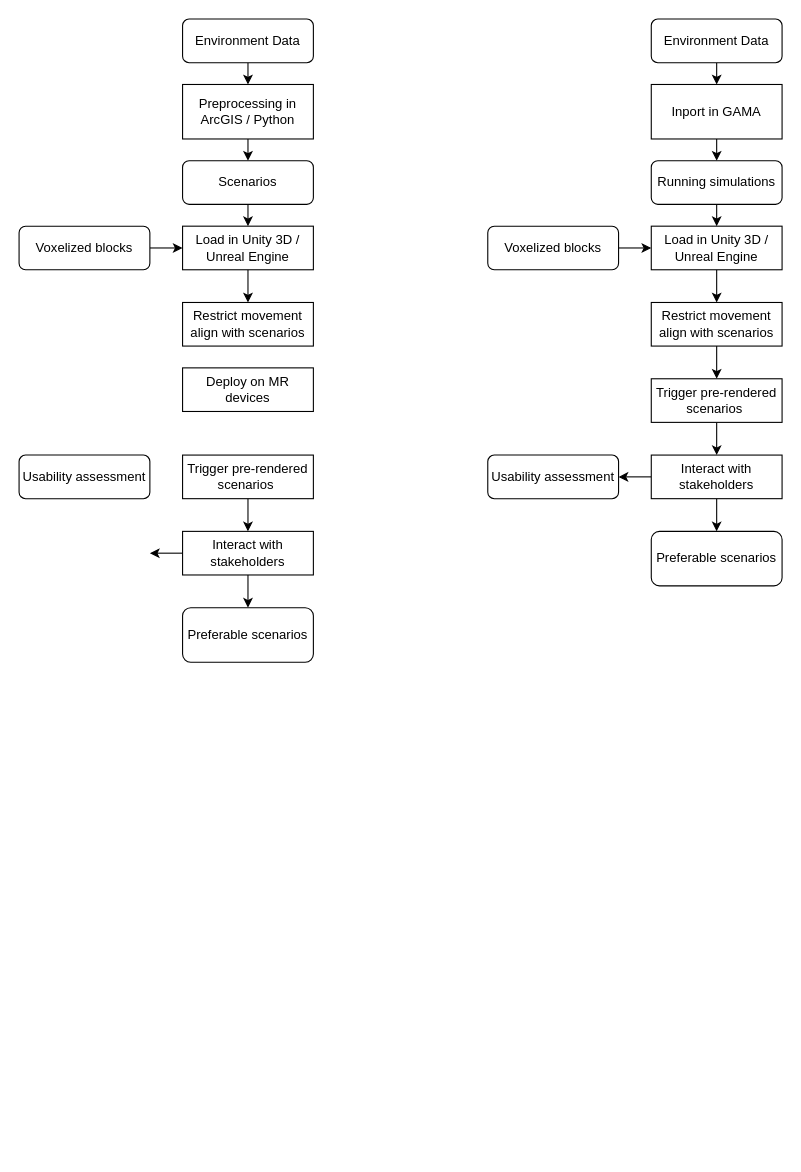
Earlier version of the draw.io diagram 未命名绘图.drawio (MMrr77/3000). Source tidied: cells renumbered, new cells numbered last; positions are measured from the earlier drawing's top-left corner, leaving out a move shared by most shapes. Both pictures are drawn from the tidied source at 109%, with x=0, y=0 at pixel (19, 19).
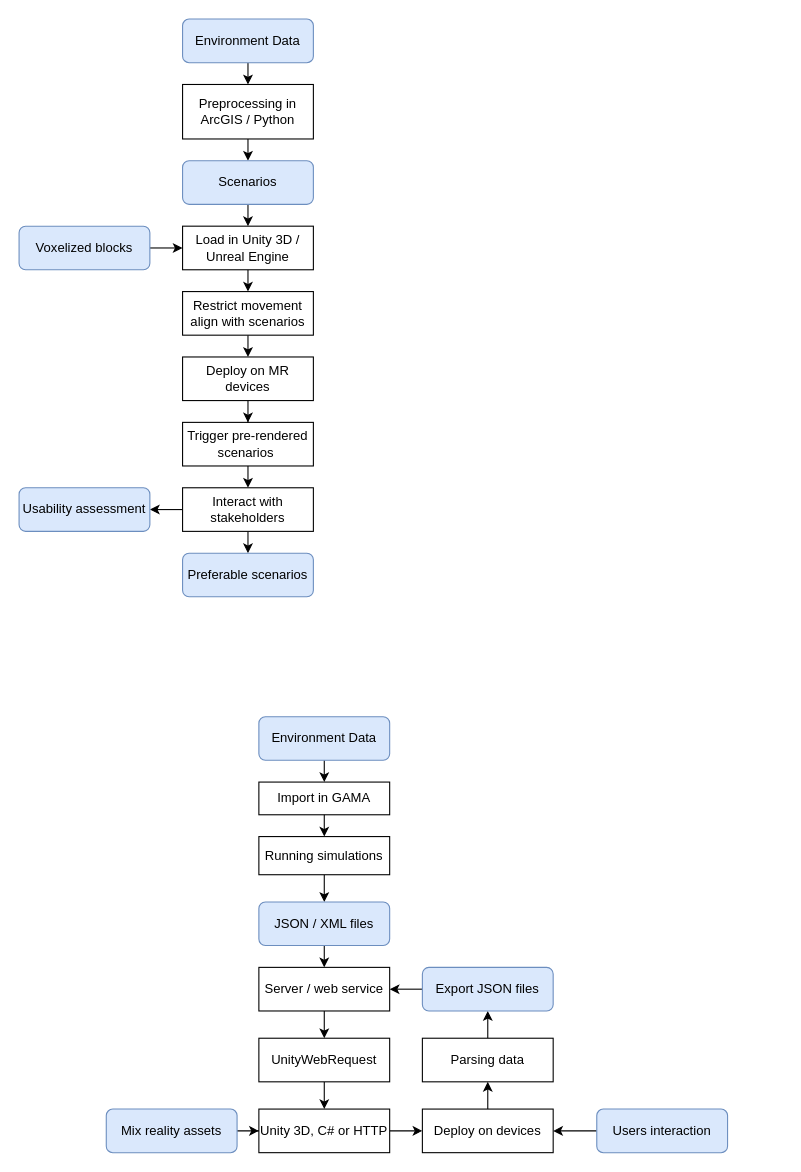
Above is the later version.

Commit message:
更新未命名绘图.drawio

Diff of the diagram source:
```diff
@@
-    <mxCell id="3" value="Environment Data" style="rounded=1;whiteSpace=wrap;html=1;fontSize=12;glass=0;strokeWidth=1;shadow=0;" parent="1" vertex="1">
+    <mxCell id="3" value="Environment Data" style="rounded=1;whiteSpace=wrap;html=1;fontSize=12;glass=0;strokeWidth=1;shadow=0;fillColor=#dae8fc;strokeColor=#6c8ebf;" parent="1" vertex="1">
       <mxGeometry x="150" width="120" height="40" as="geometry" />
     </mxCell>
@@
-    <mxCell id="9" value="Scenarios" style="rounded=1;whiteSpace=wrap;html=1;" parent="1" vertex="1">
+    <mxCell id="9" value="Scenarios" style="rounded=1;whiteSpace=wrap;html=1;fillColor=#dae8fc;strokeColor=#6c8ebf;" parent="1" vertex="1">
       <mxGeometry x="150" y="130" width="120" height="40" as="geometry" />
     </mxCell>
+    <mxCell id="40" style="edgeStyle=orthogonalEdgeStyle;rounded=0;jettySize=auto;html=1;exitX=0.5;exitY=1;exitDx=0;exitDy=0;entryX=0.5;entryY=0;entryDx=0;entryDy=0;" parent="1" edge="1" source="10" target="39">
+      <mxGeometry relative="1" as="geometry" />
+    </mxCell>
     <mxCell id="10" value="Restrict movement align with scenarios" style="rounded=0;whiteSpace=wrap;html=1;" parent="1" vertex="1">
-      <mxGeometry x="150" y="260" width="120" height="40" as="geometry" />
+      <mxGeometry x="150" y="250" width="120" height="40" as="geometry" />
     </mxCell>
@@
-    <mxCell id="12" value="Voxelized blocks" style="rounded=1;whiteSpace=wrap;html=1;" parent="1" vertex="1">
+    <mxCell id="12" value="Voxelized blocks" style="rounded=1;whiteSpace=wrap;html=1;fillColor=#dae8fc;strokeColor=#6c8ebf;" parent="1" vertex="1">
       <mxGeometry y="190" width="120" height="40" as="geometry" />
     </mxCell>
@@
     <mxCell id="14" value="Trigger pre-rendered scenarios&amp;nbsp;" style="rounded=0;whiteSpace=wrap;html=1;" parent="1" vertex="1">
-      <mxGeometry x="150" y="400" width="120" height="40" as="geometry" />
+      <mxGeometry x="150" y="370" width="120" height="40" as="geometry" />
     </mxCell>
@@
-    <mxCell id="16" style="edgeStyle=orthogonalEdgeStyle;rounded=0;jettySize=auto;html=1;exitX=0;exitY=0.5;exitDx=0;exitDy=0;entryX=1;entryY=0.5;entryDx=0;entryDy=0;" parent="1" edge="1" source="17">
-      <mxGeometry relative="1" as="geometry">
-        <mxPoint x="120" y="490" as="targetPoint" />
-      </mxGeometry>
-    </mxCell>
+    <mxCell id="41" style="edgeStyle=orthogonalEdgeStyle;rounded=0;jettySize=auto;html=1;exitX=0;exitY=0.5;exitDx=0;exitDy=0;entryX=1;entryY=0.5;entryDx=0;entryDy=0;" parent="1" edge="1" source="17" target="19">
+      <mxGeometry relative="1" as="geometry" />
+    </mxCell>
     <mxCell id="17" value="Interact with stakeholders" style="rounded=0;whiteSpace=wrap;html=1;" parent="1" vertex="1">
-      <mxGeometry x="150" y="470" width="120" height="40" as="geometry" />
+      <mxGeometry x="150" y="430" width="120" height="40" as="geometry" />
     </mxCell>
-    <mxCell id="18" value="Preferable scenarios" style="rounded=1;whiteSpace=wrap;html=1;" parent="1" vertex="1">
-      <mxGeometry x="150" y="540" width="120" height="50" as="geometry" />
+    <mxCell id="18" value="Preferable scenarios" style="rounded=1;whiteSpace=wrap;html=1;fillColor=#dae8fc;strokeColor=#6c8ebf;" parent="1" vertex="1">
+      <mxGeometry x="150" y="490" width="120" height="40" as="geometry" />
     </mxCell>
-    <mxCell id="19" value="Usability assessment" style="rounded=1;whiteSpace=wrap;html=1;" parent="1" vertex="1">
-      <mxGeometry y="400" width="120" height="40" as="geometry" />
+    <mxCell id="19" value="Usability assessment" style="rounded=1;whiteSpace=wrap;html=1;fillColor=#dae8fc;strokeColor=#6c8ebf;" parent="1" vertex="1">
+      <mxGeometry y="430" width="120" height="40" as="geometry" />
     </mxCell>
@@
-    <mxCell id="21" value="Environment Data" style="rounded=1;whiteSpace=wrap;html=1;fontSize=12;glass=0;strokeWidth=1;shadow=0;" parent="1" vertex="1">
-      <mxGeometry x="580" width="120" height="40" as="geometry" />
+    <mxCell id="21" value="Environment Data" style="rounded=1;whiteSpace=wrap;html=1;fontSize=12;glass=0;strokeWidth=1;shadow=0;fillColor=#dae8fc;strokeColor=#6c8ebf;" parent="1" vertex="1">
+      <mxGeometry x="220" y="640" width="120" height="40" as="geometry" />
     </mxCell>
-    <mxCell id="22" style="edgeStyle=orthogonalEdgeStyle;rounded=0;jettySize=auto;html=1;exitX=0.5;exitY=1;exitDx=0;exitDy=0;entryX=0.5;entryY=0;entryDx=0;entryDy=0;" parent="1" edge="1" source="23" target="27">
+    <mxCell id="22" style="edgeStyle=orthogonalEdgeStyle;rounded=0;jettySize=auto;html=1;exitX=0.5;exitY=1;exitDx=0;exitDy=0;entryX=0.5;entryY=0;entryDx=0;entryDy=0;" parent="1" edge="1" source="49" target="27">
       <mxGeometry relative="1" as="geometry" />
     </mxCell>
-    <mxCell id="23" value="Inport in GAMA" style="rounded=0;whiteSpace=wrap;html=1;" parent="1" vertex="1">
-      <mxGeometry x="580" y="60" width="120" height="50" as="geometry" />
+    <mxCell id="23" value="Import in GAMA" style="rounded=0;whiteSpace=wrap;html=1;" parent="1" vertex="1">
+      <mxGeometry x="220" y="700" width="120" height="30" as="geometry" />
     </mxCell>
-    <mxCell id="24" style="edgeStyle=orthogonalEdgeStyle;rounded=0;jettySize=auto;html=1;exitX=0.5;exitY=1;exitDx=0;exitDy=0;entryX=0.5;entryY=0;entryDx=0;entryDy=0;" parent="1" edge="1" source="25" target="29">
-      <mxGeometry relative="1" as="geometry" />
-    </mxCell>
+    <mxCell id="42" style="edgeStyle=orthogonalEdgeStyle;rounded=0;jettySize=auto;html=1;exitX=1;exitY=0.5;exitDx=0;exitDy=0;" parent="1" edge="1" source="25" target="33">
+      <mxGeometry relative="1" as="geometry" />
+    </mxCell>
-    <mxCell id="25" value="Load in Unity 3D / Unreal Engine" style="rounded=0;whiteSpace=wrap;html=1;" parent="1" vertex="1">
-      <mxGeometry x="580" y="190" width="120" height="40" as="geometry" />
+    <mxCell id="25" value="Unity 3D, C# or HTTP" style="rounded=0;whiteSpace=wrap;html=1;" parent="1" vertex="1">
+      <mxGeometry x="220" y="1000" width="120" height="40" as="geometry" />
     </mxCell>
-    <mxCell id="26" style="edgeStyle=orthogonalEdgeStyle;rounded=0;jettySize=auto;html=1;exitX=0.5;exitY=1;exitDx=0;exitDy=0;entryX=0.5;entryY=0;entryDx=0;entryDy=0;" parent="1" edge="1" source="27" target="25">
-      <mxGeometry relative="1" as="geometry" />
-    </mxCell>
+    <mxCell id="43" style="edgeStyle=orthogonalEdgeStyle;rounded=0;jettySize=auto;html=1;exitX=0.5;exitY=1;exitDx=0;exitDy=0;entryX=0.5;entryY=0;entryDx=0;entryDy=0;" parent="1" edge="1" source="27" target="51">
+      <mxGeometry relative="1" as="geometry" />
+    </mxCell>
-    <mxCell id="27" value="Running simulations" style="rounded=1;whiteSpace=wrap;html=1;" parent="1" vertex="1">
-      <mxGeometry x="580" y="130" width="120" height="40" as="geometry" />
+    <mxCell id="27" value="JSON / XML files" style="rounded=1;whiteSpace=wrap;html=1;fillColor=#dae8fc;strokeColor=#6c8ebf;" parent="1" vertex="1">
+      <mxGeometry x="220" y="810" width="120" height="40" as="geometry" />
     </mxCell>
-    <mxCell id="28" style="edgeStyle=orthogonalEdgeStyle;rounded=0;jettySize=auto;html=1;exitX=0.5;exitY=1;exitDx=0;exitDy=0;entryX=0.5;entryY=0;entryDx=0;entryDy=0;" parent="1" edge="1" source="29" target="33">
-      <mxGeometry relative="1" as="geometry" />
-    </mxCell>
-    <mxCell id="29" value="Restrict movement align with scenarios" style="rounded=0;whiteSpace=wrap;html=1;" parent="1" vertex="1">
-      <mxGeometry x="580" y="260" width="120" height="40" as="geometry" />
-    </mxCell>
-    <mxCell id="30" style="edgeStyle=orthogonalEdgeStyle;rounded=0;jettySize=auto;html=1;exitX=1;exitY=0.5;exitDx=0;exitDy=0;entryX=0;entryY=0.5;entryDx=0;entryDy=0;" parent="1" edge="1" source="31" target="25">
-      <mxGeometry relative="1" as="geometry" />
-    </mxCell>
-    <mxCell id="31" value="Voxelized blocks" style="rounded=1;whiteSpace=wrap;html=1;" parent="1" vertex="1">
-      <mxGeometry x="430" y="190" width="120" height="40" as="geometry" />
-    </mxCell>
-    <mxCell id="32" style="edgeStyle=orthogonalEdgeStyle;rounded=0;jettySize=auto;html=1;exitX=0.5;exitY=1;exitDx=0;exitDy=0;entryX=0.5;entryY=0;entryDx=0;entryDy=0;" parent="1" edge="1" source="33" target="36">
-      <mxGeometry relative="1" as="geometry" />
-    </mxCell>
+    <mxCell id="44" style="edgeStyle=orthogonalEdgeStyle;rounded=0;jettySize=auto;html=1;exitX=0.5;exitY=0;exitDx=0;exitDy=0;" parent="1" edge="1" source="33" target="57">
+      <mxGeometry relative="1" as="geometry" />
+    </mxCell>
-    <mxCell id="33" value="Trigger pre-rendered scenarios&amp;nbsp;" style="rounded=0;whiteSpace=wrap;html=1;" parent="1" vertex="1">
-      <mxGeometry x="580" y="330" width="120" height="40" as="geometry" />
+    <mxCell id="33" value="Deploy on devices" style="rounded=0;whiteSpace=wrap;html=1;" parent="1" vertex="1">
+      <mxGeometry x="370" y="1000" width="120" height="40" as="geometry" />
     </mxCell>
-    <mxCell id="34" style="edgeStyle=orthogonalEdgeStyle;rounded=0;jettySize=auto;html=1;exitX=0.5;exitY=1;exitDx=0;exitDy=0;entryX=0.5;entryY=0;entryDx=0;entryDy=0;" parent="1" edge="1" source="36" target="37">
-      <mxGeometry relative="1" as="geometry" />
-    </mxCell>
-    <mxCell id="35" style="edgeStyle=orthogonalEdgeStyle;rounded=0;jettySize=auto;html=1;exitX=0;exitY=0.5;exitDx=0;exitDy=0;entryX=1;entryY=0.5;entryDx=0;entryDy=0;" parent="1" edge="1" source="36" target="38">
-      <mxGeometry relative="1" as="geometry" />
-    </mxCell>
-    <mxCell id="36" value="Interact with stakeholders" style="rounded=0;whiteSpace=wrap;html=1;" parent="1" vertex="1">
-      <mxGeometry x="580" y="400" width="120" height="40" as="geometry" />
-    </mxCell>
-    <mxCell id="37" value="Preferable scenarios" style="rounded=1;whiteSpace=wrap;html=1;" parent="1" vertex="1">
-      <mxGeometry x="580" y="470" width="120" height="50" as="geometry" />
-    </mxCell>
+    <mxCell id="45" style="edgeStyle=orthogonalEdgeStyle;rounded=0;jettySize=auto;html=1;exitX=1;exitY=0.5;exitDx=0;exitDy=0;" parent="1" edge="1" source="38" target="25">
+      <mxGeometry relative="1" as="geometry" />
+    </mxCell>
-    <mxCell id="38" value="Usability assessment" style="rounded=1;whiteSpace=wrap;html=1;" parent="1" vertex="1">
-      <mxGeometry x="430" y="400" width="120" height="40" as="geometry" />
+    <mxCell id="38" value="Mix reality assets" style="rounded=1;whiteSpace=wrap;html=1;fillColor=#dae8fc;strokeColor=#6c8ebf;" parent="1" vertex="1">
+      <mxGeometry x="80" y="1000" width="120" height="40" as="geometry" />
     </mxCell>
+    <mxCell id="46" style="edgeStyle=orthogonalEdgeStyle;rounded=0;jettySize=auto;html=1;exitX=0.5;exitY=1;exitDx=0;exitDy=0;" parent="1" edge="1" source="39" target="14">
+      <mxGeometry relative="1" as="geometry" />
+    </mxCell>
     <mxCell id="39" value="Deploy on MR devices" style="rounded=0;whiteSpace=wrap;html=1;" parent="1" vertex="1">
-      <mxGeometry x="150" y="320" width="120" height="40" as="geometry" />
+      <mxGeometry x="150" y="310" width="120" height="40" as="geometry" />
     </mxCell>
+    <mxCell id="47" style="edgeStyle=orthogonalEdgeStyle;rounded=0;orthogonalLoop=1;jettySize=auto;html=1;exitX=0.5;exitY=1;exitDx=0;exitDy=0;" parent="1" edge="1" source="23" target="23">
+      <mxGeometry relative="1" as="geometry" />
+    </mxCell>
+    <mxCell id="48" style="edgeStyle=orthogonalEdgeStyle;rounded=0;jettySize=auto;html=1;exitX=0.5;exitY=1;exitDx=0;exitDy=0;entryX=0.5;entryY=0;entryDx=0;entryDy=0;" parent="1" edge="1" source="23" target="49">
+      <mxGeometry relative="1" as="geometry" />
+    </mxCell>
+    <mxCell id="49" value="Running simulations" style="rounded=0;whiteSpace=wrap;html=1;" parent="1" vertex="1">
+      <mxGeometry x="220" y="750" width="120" height="35" as="geometry" />
+    </mxCell>
+    <mxCell id="50" style="edgeStyle=orthogonalEdgeStyle;rounded=0;jettySize=auto;html=1;exitX=0.5;exitY=1;exitDx=0;exitDy=0;entryX=0.5;entryY=0;entryDx=0;entryDy=0;" parent="1" edge="1" source="51" target="53">
+      <mxGeometry relative="1" as="geometry" />
+    </mxCell>
+    <mxCell id="51" value="Server / web service" style="rounded=0;whiteSpace=wrap;html=1;" parent="1" vertex="1">
+      <mxGeometry x="220" y="870" width="120" height="40" as="geometry" />
+    </mxCell>
+    <mxCell id="52" style="edgeStyle=orthogonalEdgeStyle;rounded=0;jettySize=auto;html=1;exitX=0.5;exitY=1;exitDx=0;exitDy=0;entryX=0.5;entryY=0;entryDx=0;entryDy=0;" parent="1" edge="1" source="53" target="25">
+      <mxGeometry relative="1" as="geometry" />
+    </mxCell>
+    <mxCell id="53" value="UnityWebRequest" style="rounded=0;whiteSpace=wrap;html=1;" parent="1" vertex="1">
+      <mxGeometry x="220" y="935" width="120" height="40" as="geometry" />
+    </mxCell>
+    <mxCell id="54" style="edgeStyle=orthogonalEdgeStyle;rounded=0;jettySize=auto;html=1;exitX=0;exitY=0.5;exitDx=0;exitDy=0;entryX=1;entryY=0.5;entryDx=0;entryDy=0;" parent="1" edge="1" source="55" target="33">
+      <mxGeometry relative="1" as="geometry" />
+    </mxCell>
+    <mxCell id="55" value="Users interaction" style="rounded=1;whiteSpace=wrap;html=1;fillColor=#dae8fc;strokeColor=#6c8ebf;" parent="1" vertex="1">
+      <mxGeometry x="530" y="1000" width="120" height="40" as="geometry" />
+    </mxCell>
+    <mxCell id="56" style="edgeStyle=orthogonalEdgeStyle;rounded=0;jettySize=auto;html=1;exitX=0.5;exitY=0;exitDx=0;exitDy=0;entryX=0.5;entryY=1;entryDx=0;entryDy=0;" parent="1" edge="1" source="57">
+      <mxGeometry relative="1" as="geometry">
+        <mxPoint x="430" y="910" as="targetPoint" />
+      </mxGeometry>
+    </mxCell>
+    <mxCell id="57" value="Parsing data" style="rounded=0;whiteSpace=wrap;html=1;" parent="1" vertex="1">
+      <mxGeometry x="370" y="935" width="120" height="40" as="geometry" />
+    </mxCell>
+    <mxCell id="58" style="edgeStyle=orthogonalEdgeStyle;rounded=0;jettySize=auto;html=1;exitX=0;exitY=0.5;exitDx=0;exitDy=0;entryX=1;entryY=0.5;entryDx=0;entryDy=0;" parent="1" edge="1" target="51">
+      <mxGeometry relative="1" as="geometry">
+        <mxPoint x="370" y="890" as="sourcePoint" />
+      </mxGeometry>
+    </mxCell>
+    <mxCell id="59" value="Export JSON files" style="rounded=1;whiteSpace=wrap;html=1;fillColor=#dae8fc;strokeColor=#6c8ebf;" parent="1" vertex="1">
+      <mxGeometry x="370" y="870" width="120" height="40" as="geometry" />
+    </mxCell>
```
